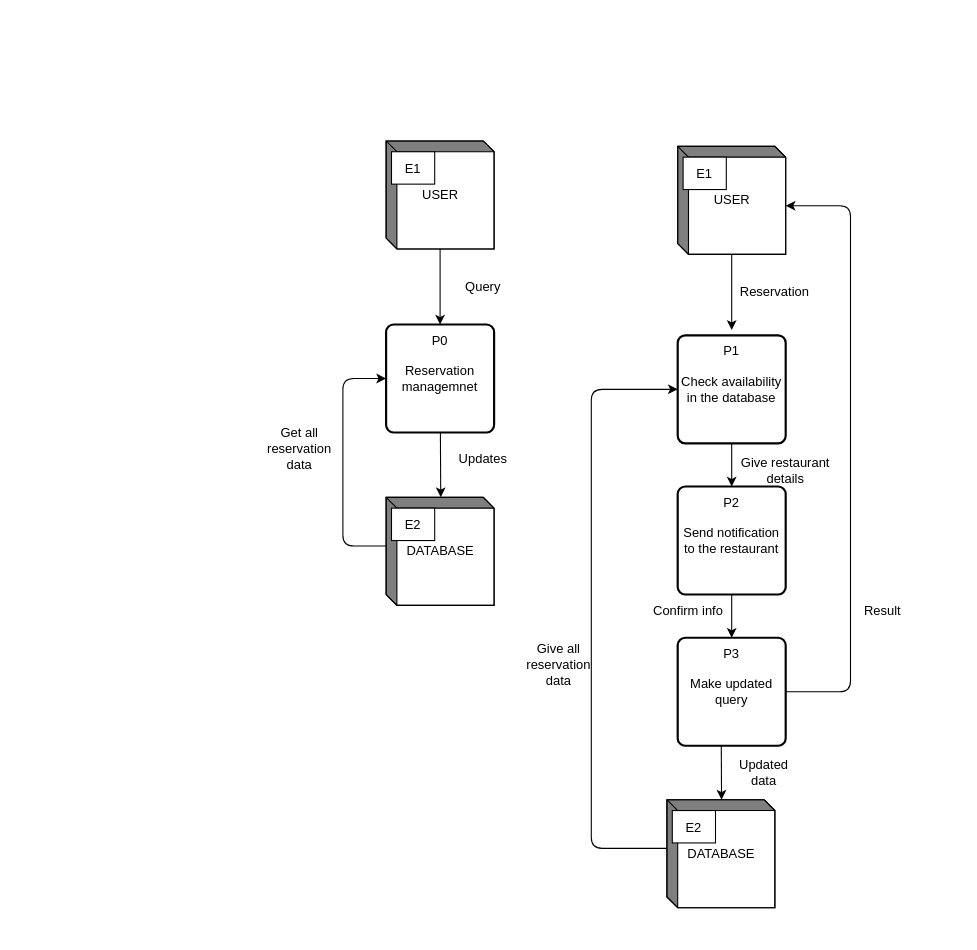
Before: data-flow.drawio in AriesJ12/Full-fledge-website-first-, a draw.io diagram. Source tidied: cells renumbered, new cells numbered last; positions are measured from the earlier drawing's top-left corner, leaving out a move shared by most shapes. Both pictures are drawn from the tidied source at 108%, with x=0, y=0 at pixel (267, 140).
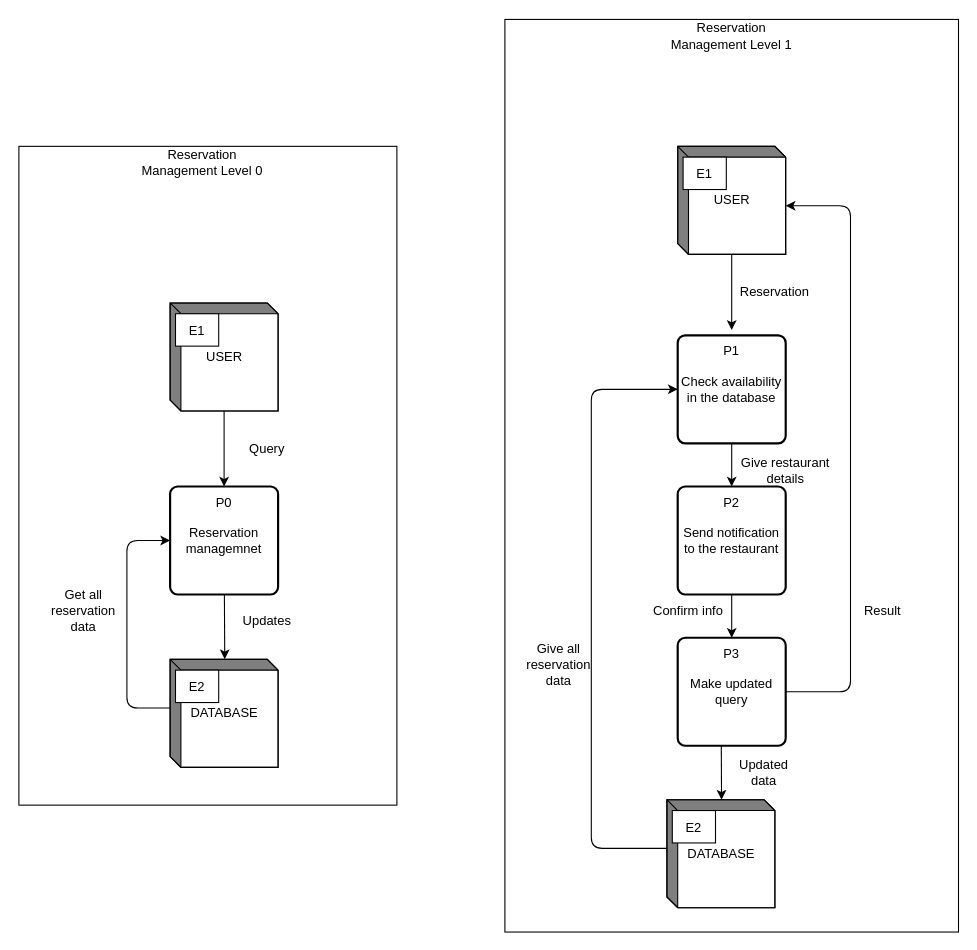
The same page after the edit.

Commit message (it also covers changes not shown here):
finished surface level flow chart

Change to the diagram source:
```diff
@@
+    <mxCell id="36" style="rounded=0;whiteSpace=wrap;html=1;" parent="1" vertex="1">
+      <mxGeometry x="220" y="-112.5" width="420" height="845" as="geometry" />
+    </mxCell>
+    <mxCell id="37" style="rounded=0;whiteSpace=wrap;html=1;" parent="1" vertex="1">
+      <mxGeometry x="-230" y="5" width="350" height="610" as="geometry" />
+    </mxCell>
@@
     <mxCell id="3" value="USER" style="html=1;dashed=0;whitespace=wrap;shape=mxgraph.dfd.externalEntity;" parent="1" vertex="1">
-      <mxGeometry x="110" width="100" height="100" as="geometry" />
+      <mxGeometry x="-90" y="150" width="100" height="100" as="geometry" />
     </mxCell>
@@
     <mxCell id="5" style="edgeStyle=none;html=1;exitX=0;exitY=0;exitDx=0;exitDy=45;exitPerimeter=0;entryX=0;entryY=0.5;entryDx=0;entryDy=0;" parent="1" edge="1" source="6" target="9">
       <mxGeometry relative="1" as="geometry">
         <Array as="points">
-          <mxPoint x="70" y="375" />
-          <mxPoint x="70" y="220" />
+          <mxPoint x="-130" y="525" />
+          <mxPoint x="-130" y="370" />
         </Array>
       </mxGeometry>
     </mxCell>
     <mxCell id="6" value="DATABASE" style="html=1;dashed=0;whitespace=wrap;shape=mxgraph.dfd.externalEntity;" parent="1" vertex="1">
-      <mxGeometry x="110" y="330" width="100" height="100" as="geometry" />
+      <mxGeometry x="-90" y="480" width="100" height="100" as="geometry" />
     </mxCell>
@@
     <mxCell id="9" value="Reservation managemnet" style="rounded=1;whiteSpace=wrap;html=1;absoluteArcSize=1;arcSize=14;strokeWidth=2;" parent="1" vertex="1">
-      <mxGeometry x="110" y="170" width="100" height="100" as="geometry" />
+      <mxGeometry x="-90" y="320" width="100" height="100" as="geometry" />
     </mxCell>
     <mxCell id="10" value="P0" style="text;html=1;strokeColor=none;fillColor=none;align=center;verticalAlign=middle;whiteSpace=wrap;rounded=0;" parent="1" vertex="1">
-      <mxGeometry x="130" y="170" width="60" height="30" as="geometry" />
+      <mxGeometry x="-70" y="320" width="60" height="30" as="geometry" />
     </mxCell>
     <mxCell id="11" value="Query" style="text;html=1;strokeColor=none;fillColor=none;align=center;verticalAlign=middle;whiteSpace=wrap;rounded=0;" parent="1" vertex="1">
-      <mxGeometry x="170" y="120" width="60" height="30" as="geometry" />
+      <mxGeometry x="-30" y="270" width="60" height="30" as="geometry" />
     </mxCell>
     <mxCell id="12" value="Updates" style="text;html=1;strokeColor=none;fillColor=none;align=center;verticalAlign=middle;whiteSpace=wrap;rounded=0;" parent="1" vertex="1">
-      <mxGeometry x="170" y="280" width="60" height="30" as="geometry" />
+      <mxGeometry x="-30" y="430" width="60" height="30" as="geometry" />
     </mxCell>
     <mxCell id="13" value="Get all reservation data" style="text;html=1;strokeColor=none;fillColor=none;align=center;verticalAlign=middle;whiteSpace=wrap;rounded=0;" parent="1" vertex="1">
-      <mxGeometry y="270" width="60" height="30" as="geometry" />
+      <mxGeometry x="-200" y="420" width="60" height="30" as="geometry" />
     </mxCell>
@@
+    <mxCell id="38" value="Reservation Management Level 0" style="text;html=1;strokeColor=none;fillColor=none;align=center;verticalAlign=middle;whiteSpace=wrap;rounded=0;" parent="1" vertex="1">
+      <mxGeometry x="-120" y="5" width="120" height="30" as="geometry" />
+    </mxCell>
+    <mxCell id="39" value="Reservation Management Level 1" style="text;html=1;strokeColor=none;fillColor=none;align=center;verticalAlign=middle;whiteSpace=wrap;rounded=0;" parent="1" vertex="1">
+      <mxGeometry x="370" y="-112.5" width="120" height="30" as="geometry" />
+    </mxCell>
```
